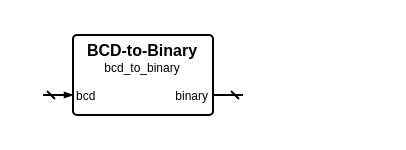
Earlier version of the draw.io diagram sources/encoding/bcd/bcd_to_binary.symbol.drawio (Louis-DR/OmniCores-BuildingBlocks). Source tidied: cells renumbered, new cells numbered last; positions are measured from the earlier drawing's top-left corner, leaving out a move shared by most shapes. Both pictures are drawn from the tidied source at 200%, with x=0, y=0 at pixel (42, 34).
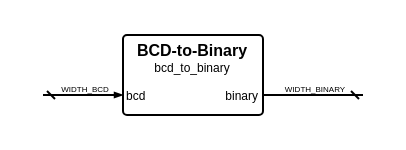
After the change.

Diff of the diagram source:
```diff
@@
 <mxGraphModel>
   <root>
     <mxCell id="0" />
     <mxCell id="1" parent="0" />
     <mxCell id="2" style="group;" parent="1" vertex="1">
-      <mxGeometry width="100" height="40" as="geometry" />
+      <mxGeometry width="160" height="40" as="geometry" />
     </mxCell>
     <mxCell id="3" style="rounded=1;arcSize=5;fillColor=none;strokeWidth=1;strokeColor=black;whiteSpace=wrap;html=1;" parent="2" vertex="1">
-      <mxGeometry x="15" width="70" height="40" as="geometry" />
+      <mxGeometry x="40" width="70" height="40" as="geometry" />
     </mxCell>
     <mxCell id="4" value="BCD-to-Binary" style="text;html=1;align=center;verticalAlign=middle;whiteSpace=wrap;rounded=0;fontSize=8;fontStyle=1;fontColor=black;" parent="2" vertex="1">
-      <mxGeometry x="15" y="7" width="70" as="geometry" />
+      <mxGeometry x="40" y="7" width="70" as="geometry" />
     </mxCell>
     <mxCell id="5" value="bcd_to_binary" style="text;html=1;align=center;verticalAlign=middle;whiteSpace=wrap;rounded=0;fontSize=6;fontStyle=0;fontColor=black;" parent="2" vertex="1">
-      <mxGeometry x="15" y="16" width="70" as="geometry" />
+      <mxGeometry x="40" y="16" width="70" as="geometry" />
     </mxCell>
     <mxCell id="6" value="bcd" style="text;html=1;align=left;verticalAlign=middle;whiteSpace=wrap;rounded=0;fontSize=6;fontStyle=0;fontColor=black;" parent="2" vertex="1">
-      <mxGeometry x="15" y="30" width="70" as="geometry" />
+      <mxGeometry x="40" y="30" width="70" as="geometry" />
     </mxCell>
     <mxCell id="7" style="html=1;rounded=1;strokeWidth=1;strokeColor=black;startFill=0;startSize=2;startArrow=dash;endFill=1;endSize=2;endArrow=blockThin;sourcePerimeterSpacing=0;" parent="2" edge="1">
       <mxGeometry relative="1" as="geometry">
         <mxPoint y="30" as="sourcePoint" />
-        <mxPoint x="15" y="30" as="targetPoint" />
+        <mxPoint x="40" y="30" as="targetPoint" />
       </mxGeometry>
     </mxCell>
+    <mxCell id="10" value="WIDTH_BCD" style="text;html=1;align=center;verticalAlign=middle;whiteSpace=nowrap;rounded=0;fontSize=4;fontStyle=0;fontColor=black;" parent="2" vertex="1">
+      <mxGeometry x="20" y="27" as="geometry" />
+    </mxCell>
     <mxCell id="8" value="binary" style="text;html=1;align=right;verticalAlign=middle;whiteSpace=wrap;rounded=0;fontSize=6;fontStyle=0;fontColor=black;" parent="2" vertex="1">
-      <mxGeometry x="15" y="30" width="70" as="geometry" />
+      <mxGeometry x="40" y="30" width="70" as="geometry" />
     </mxCell>
     <mxCell id="9" style="html=1;rounded=1;strokeWidth=1;strokeColor=black;startFill=0;startSize=2;startArrow=dash;endFill=1;endSize=2;endArrow=none;sourcePerimeterSpacing=0;" parent="2" edge="1">
       <mxGeometry relative="1" as="geometry">
-        <mxPoint x="100" y="30" as="sourcePoint" />
-        <mxPoint x="85" y="30" as="targetPoint" />
+        <mxPoint x="160" y="30" as="sourcePoint" />
+        <mxPoint x="110" y="30" as="targetPoint" />
       </mxGeometry>
     </mxCell>
+    <mxCell id="11" value="WIDTH_BINARY" style="text;html=1;align=center;verticalAlign=middle;whiteSpace=nowrap;rounded=0;fontSize=4;fontStyle=0;fontColor=black;" parent="2" vertex="1">
+      <mxGeometry x="135" y="27" as="geometry" />
+    </mxCell>
   </root>
 </mxGraphModel>
```
